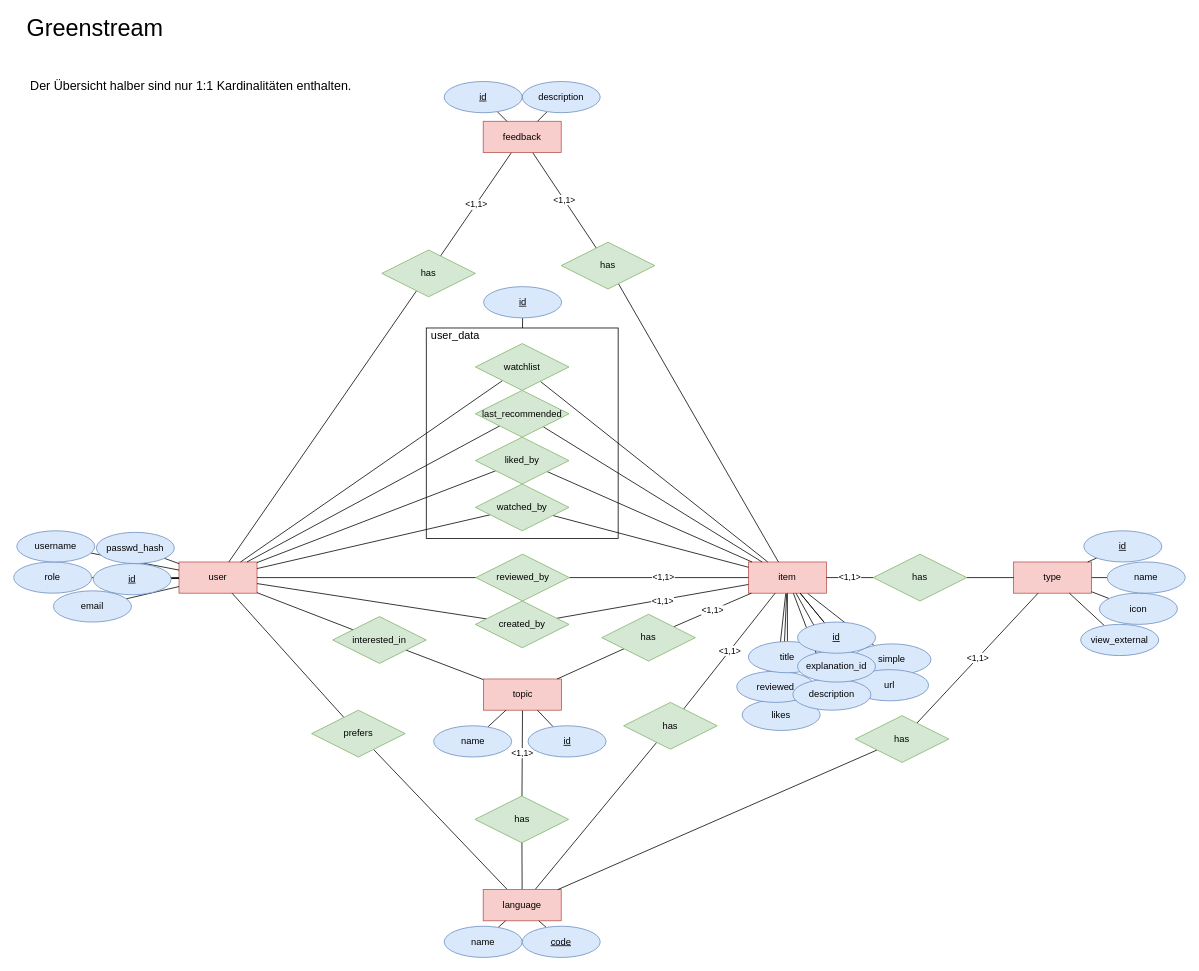
Before: greenstream.drawio in daniel-ackermann/greenStreamBackend, a draw.io diagram. Source tidied: cells renumbered, new cells numbered last; positions are measured from the earlier drawing's top-left corner, leaving out a move shared by most shapes. Both pictures are drawn from the tidied source at 78%, with x=0, y=0 at pixel (13, 19).
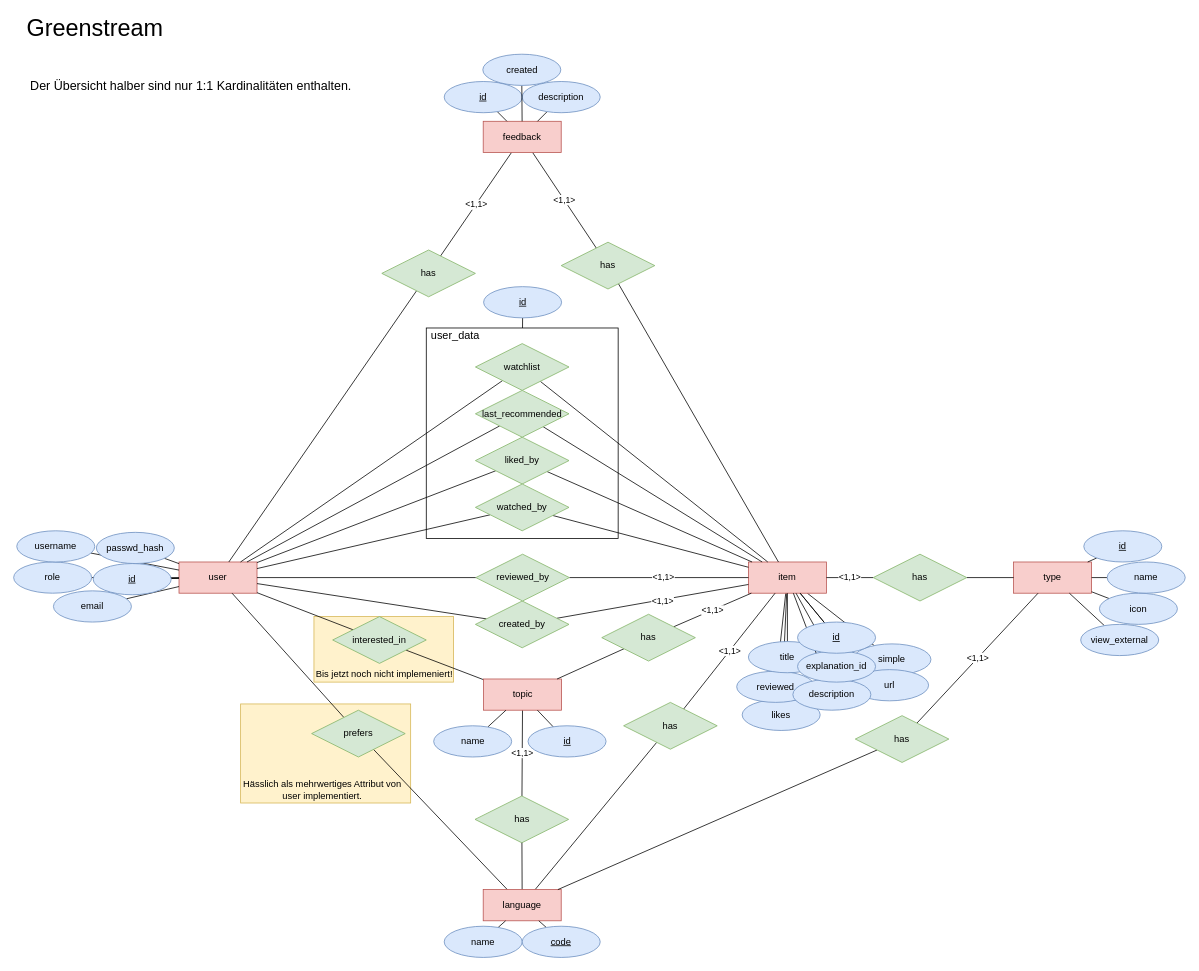
The same page after the edit.

The change refers to these unchanged cells:
```xml
<mxCell id="103" value="feedback" style="whiteSpace=wrap;html=1;align=center;rounded=0;strokeColor=#b85450;fillColor=#f8cecc;" parent="1" vertex="1">
  <mxGeometry x="602" y="131" width="100" height="40" as="geometry" />
</mxCell>
```

Change to the diagram source:
```diff
@@
+    <mxCell id="108" style="rounded=0;whiteSpace=wrap;html=1;fillColor=#fff2cc;strokeColor=#d6b656;" parent="1" vertex="1">
+      <mxGeometry x="291" y="878" width="218" height="127" as="geometry" />
+    </mxCell>
+    <mxCell id="109" style="rounded=0;whiteSpace=wrap;html=1;fillColor=#fff2cc;strokeColor=#d6b656;" parent="1" vertex="1">
+      <mxGeometry x="385" y="766" width="179" height="84" as="geometry" />
+    </mxCell>
@@
+    <mxCell id="110" style="rounded=0;jettySize=auto;html=1;endArrow=none;endFill=0;" parent="1" edge="1" source="111" target="103">
+      <mxGeometry relative="1" as="geometry" />
+    </mxCell>
+    <mxCell id="111" value="created" style="ellipse;whiteSpace=wrap;html=1;align=center;strokeColor=#6c8ebf;fillColor=#dae8fc;" parent="1" vertex="1">
+      <mxGeometry x="601.5" y="45" width="100" height="40" as="geometry" />
+    </mxCell>
+    <mxCell id="112" value="Bis jetzt noch nicht implemeniert!" style="text;html=1;strokeColor=none;fillColor=none;align=center;verticalAlign=middle;whiteSpace=wrap;rounded=0;" parent="1" vertex="1">
+      <mxGeometry x="385" y="830" width="181" height="20" as="geometry" />
+    </mxCell>
+    <mxCell id="113" value="Hässlich als mehrwertiges Attribut von user implementiert." style="text;html=1;strokeColor=none;fillColor=none;align=center;verticalAlign=middle;whiteSpace=wrap;rounded=0;" parent="1" vertex="1">
+      <mxGeometry x="287" y="957" width="218" height="61" as="geometry" />
+    </mxCell>
```
